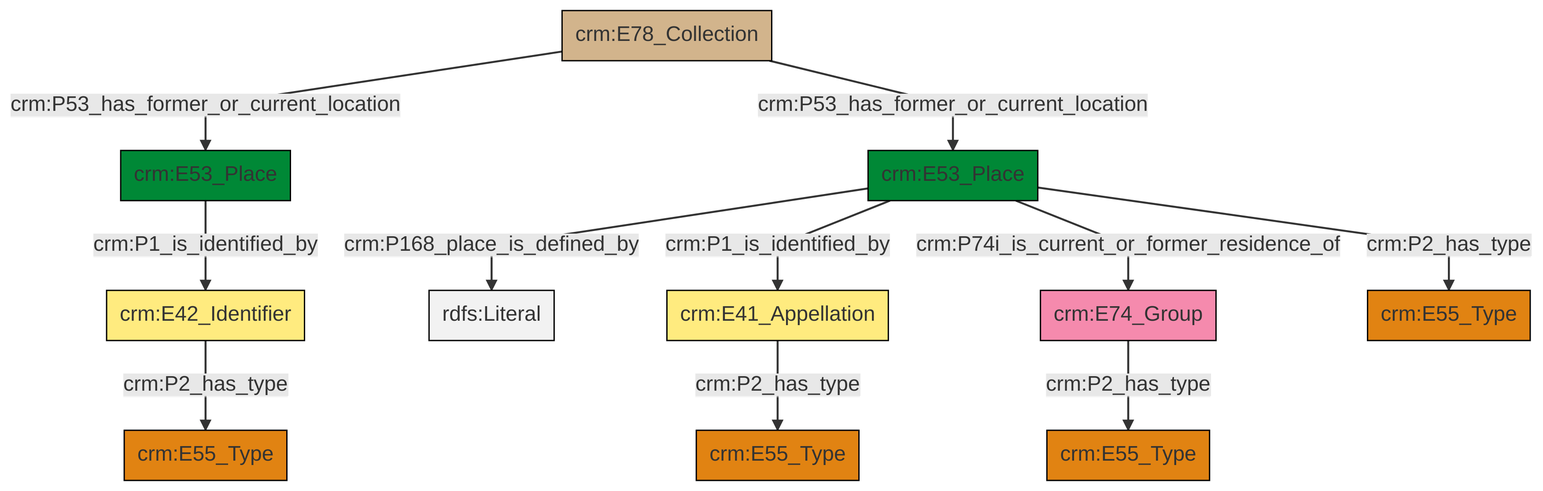
Before: et/archivalCSV/ttl/mmd/png/archival_location.png, a diagram exported from Mermaid (swiss-art-research-net/docs.swissartresearch). Its source is kept beside it as et/archivalCSV/ttl/mmd/archival_location.ttl.mmd.
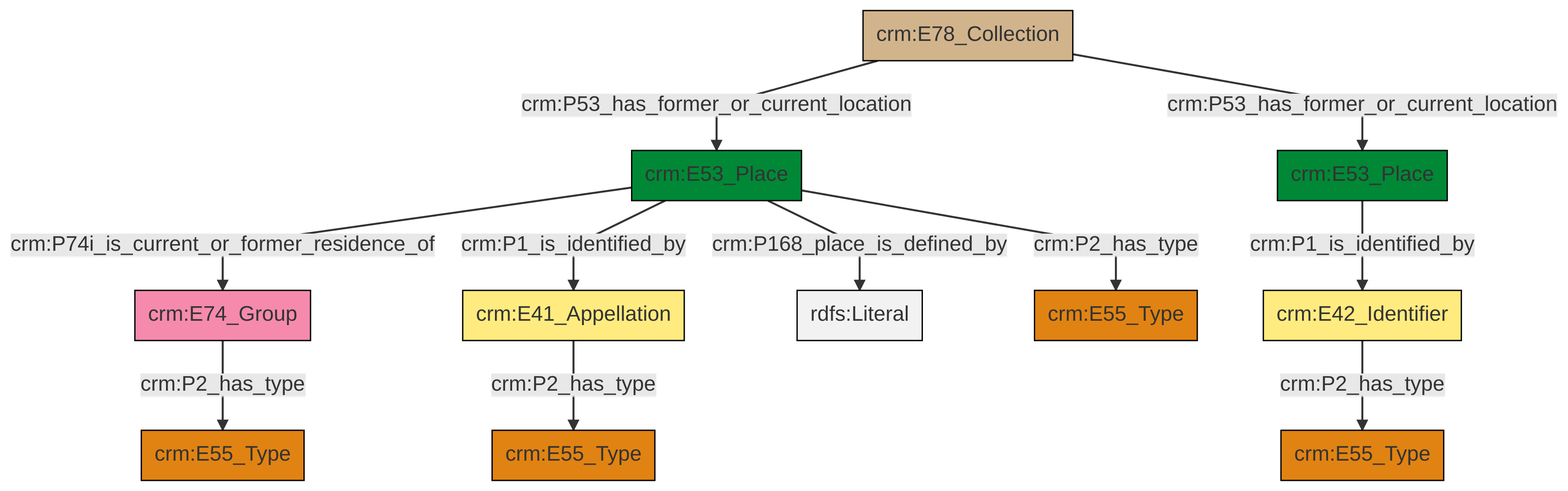
Later version of the same file.

Change to the diagram source:
```diff
@@ -13,13 +13,13 @@
 classDef PC_Classes fill:#4ce600, stroke:#000000;
 classDef Multi fill:#cccccc,stroke:#000000;
 
-4["crm:E53_Place"]:::Place -->|crm:P168_place_is_defined_by| 5[rdfs:Literal]:::Literal
-4["crm:E53_Place"]:::Place -->|crm:P1_is_identified_by| 6["crm:E41_Appellation"]:::Appellation
-2["crm:E53_Place"]:::Place -->|crm:P1_is_identified_by| 7["crm:E42_Identifier"]:::Appellation
-9["crm:E74_Group"]:::Actor -->|crm:P2_has_type| 10["crm:E55_Type"]:::Type
-6["crm:E41_Appellation"]:::Appellation -->|crm:P2_has_type| 11["crm:E55_Type"]:::Type
-4["crm:E53_Place"]:::Place -->|crm:P74i_is_current_or_former_residence_of| 9["crm:E74_Group"]:::Actor
-4["crm:E53_Place"]:::Place -->|crm:P2_has_type| 15["crm:E55_Type"]:::Type
-17["crm:E78_Collection"]:::Physical_Thing -->|crm:P53_has_former_or_current_location| 2["crm:E53_Place"]:::Place
-17["crm:E78_Collection"]:::Physical_Thing -->|crm:P53_has_former_or_current_location| 4["crm:E53_Place"]:::Place
-7["crm:E42_Identifier"]:::Appellation -->|crm:P2_has_type| 0["crm:E55_Type"]:::Type
+5["crm:E42_Identifier"]:::Appellation -->|crm:P2_has_type| 6["crm:E55_Type"]:::Type
+7["crm:E53_Place"]:::Place -->|crm:P168_place_is_defined_by| 9[rdfs:Literal]:::Literal
+3["crm:E41_Appellation"]:::Appellation -->|crm:P2_has_type| 10["crm:E55_Type"]:::Type
+7["crm:E53_Place"]:::Place -->|crm:P2_has_type| 13["crm:E55_Type"]:::Type
+14["crm:E74_Group"]:::Actor -->|crm:P2_has_type| 0["crm:E55_Type"]:::Type
+7["crm:E53_Place"]:::Place -->|crm:P74i_is_current_or_former_residence_of| 14["crm:E74_Group"]:::Actor
+16["crm:E78_Collection"]:::Physical_Thing -->|crm:P53_has_former_or_current_location| 7["crm:E53_Place"]:::Place
+11["crm:E53_Place"]:::Place -->|crm:P1_is_identified_by| 5["crm:E42_Identifier"]:::Appellation
+16["crm:E78_Collection"]:::Physical_Thing -->|crm:P53_has_former_or_current_location| 11["crm:E53_Place"]:::Place
+7["crm:E53_Place"]:::Place -->|crm:P1_is_identified_by| 3["crm:E41_Appellation"]:::Appellation
```
